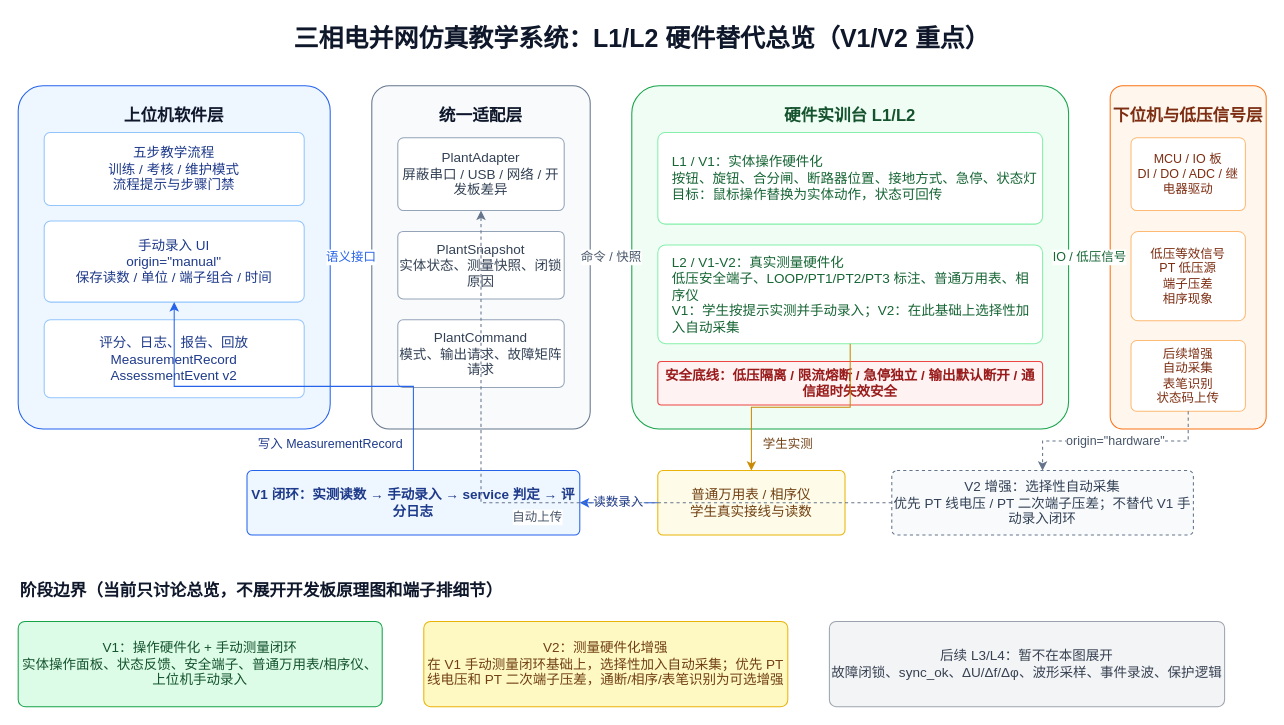
This is docs/hardware_l1_l2_overview.drawio from Xizhi-huo/Threephase_hardware, a draw.io file, before an edit. Source tidied: cells renumbered, new cells numbered last; positions are measured from the earlier drawing's top-left corner, leaving out a move shared by most shapes. Both pictures are drawn from the tidied source at 104%, with x=0, y=0 at pixel (18, 18).
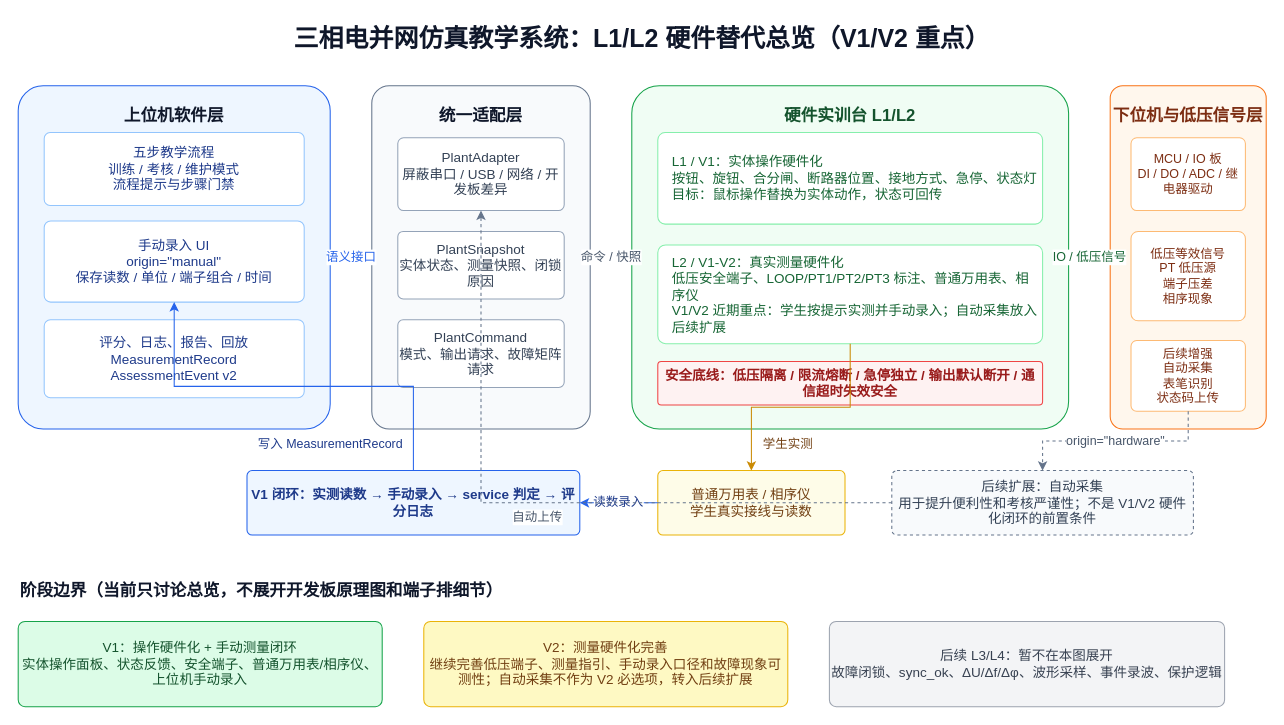
The same diagram, later.

Commit message (it also covers changes not shown here):
Refine hardware plan for manual measurement focus

What changed in the source:
```diff
@@
-    <mxCell id="13" value="L2 / V1-V2：真实测量硬件化&lt;br&gt;低压安全端子、LOOP/PT1/PT2/PT3 标注、普通万用表、相序仪&lt;br&gt;V1：学生按提示实测并手动录入；V2：在此基础上选择性加入自动采集" style="rounded=1;whiteSpace=wrap;html=1;arcSize=8;fillColor=#ffffff;strokeColor=#86efac;fontSize=13;fontColor=#166534;align=left;spacingLeft=12;" parent="1" vertex="1">
+    <mxCell id="13" value="L2 / V1-V2：真实测量硬件化&lt;br&gt;低压安全端子、LOOP/PT1/PT2/PT3 标注、普通万用表、相序仪&lt;br&gt;V1/V2 近期重点：学生按提示实测并手动录入；自动采集放入后续扩展" style="rounded=1;whiteSpace=wrap;html=1;arcSize=8;fillColor=#ffffff;strokeColor=#86efac;fontSize=13;fontColor=#166534;align=left;spacingLeft=12;" parent="1" vertex="1">
       <mxGeometry x="615" y="218" width="370" height="95" as="geometry" />
     </mxCell>
@@
-    <mxCell id="21" value="V2 增强：选择性自动采集&lt;br&gt;优先 PT 线电压 / PT 二次端子压差；不替代 V1 手动录入闭环" style="rounded=1;whiteSpace=wrap;html=1;arcSize=8;dashed=1;fillColor=#f8fafc;strokeColor=#64748b;fontSize=13;fontColor=#334155;" parent="1" vertex="1">
+    <mxCell id="21" value="后续扩展：自动采集&lt;br&gt;用于提升便利性和考核严谨性；不是 V1/V2 硬件化闭环的前置条件" style="rounded=1;whiteSpace=wrap;html=1;arcSize=8;dashed=1;fillColor=#f8fafc;strokeColor=#64748b;fontSize=13;fontColor=#334155;" parent="1" vertex="1">
       <mxGeometry x="840" y="435" width="290" height="62" as="geometry" />
     </mxCell>
@@
-    <mxCell id="24" value="V2：测量硬件化增强&lt;br&gt;在 V1 手动测量闭环基础上，选择性加入自动采集；优先 PT 线电压和 PT 二次端子压差，通断/相序/表笔识别为可选增强" style="rounded=1;whiteSpace=wrap;html=1;arcSize=8;fillColor=#fef9c3;strokeColor=#eab308;fontSize=13;fontColor=#713f12;" parent="1" vertex="1">
+    <mxCell id="24" value="V2：测量硬件化完善&lt;br&gt;继续完善低压端子、测量指引、手动录入口径和故障现象可测性；自动采集不作为 V2 必选项，转入后续扩展" style="rounded=1;whiteSpace=wrap;html=1;arcSize=8;fillColor=#fef9c3;strokeColor=#eab308;fontSize=13;fontColor=#713f12;" parent="1" vertex="1">
       <mxGeometry x="390" y="580" width="350" height="82" as="geometry" />
     </mxCell>
```
